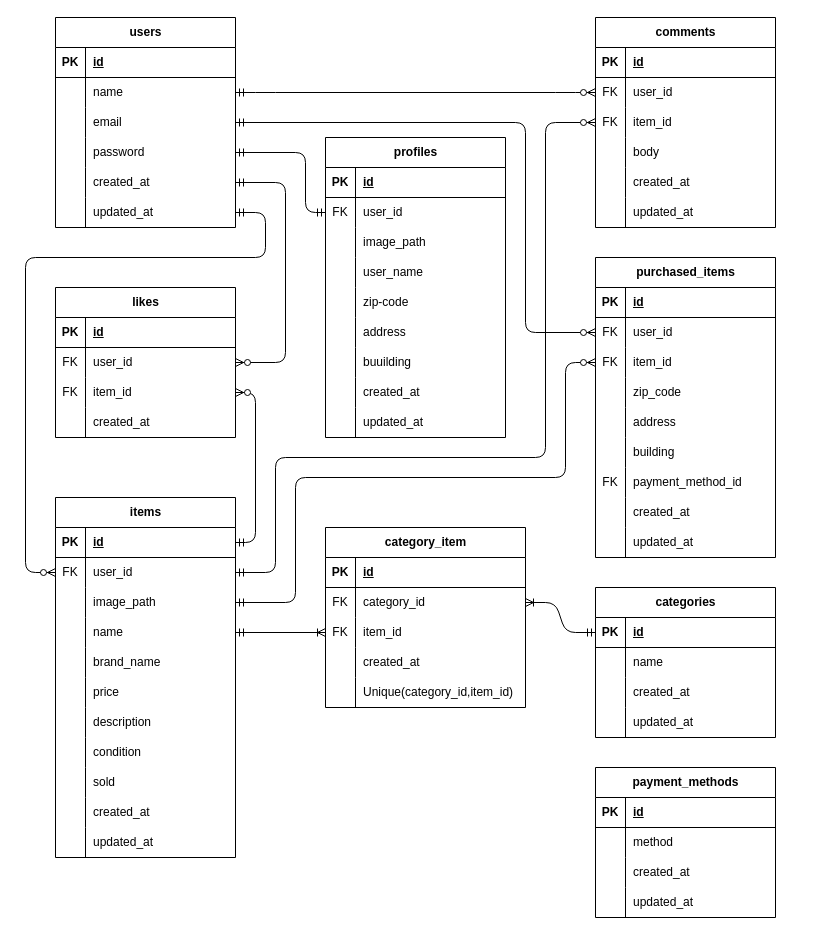
The draw.io diagram erd.dio in kooooooota/flea-market, before the edit. Source tidied: cells renumbered, new cells numbered last; positions are measured from the earlier drawing's top-left corner, leaving out a move shared by most shapes. Both pictures are drawn from the tidied source at 100%, with x=0, y=0 at pixel (25, 17).
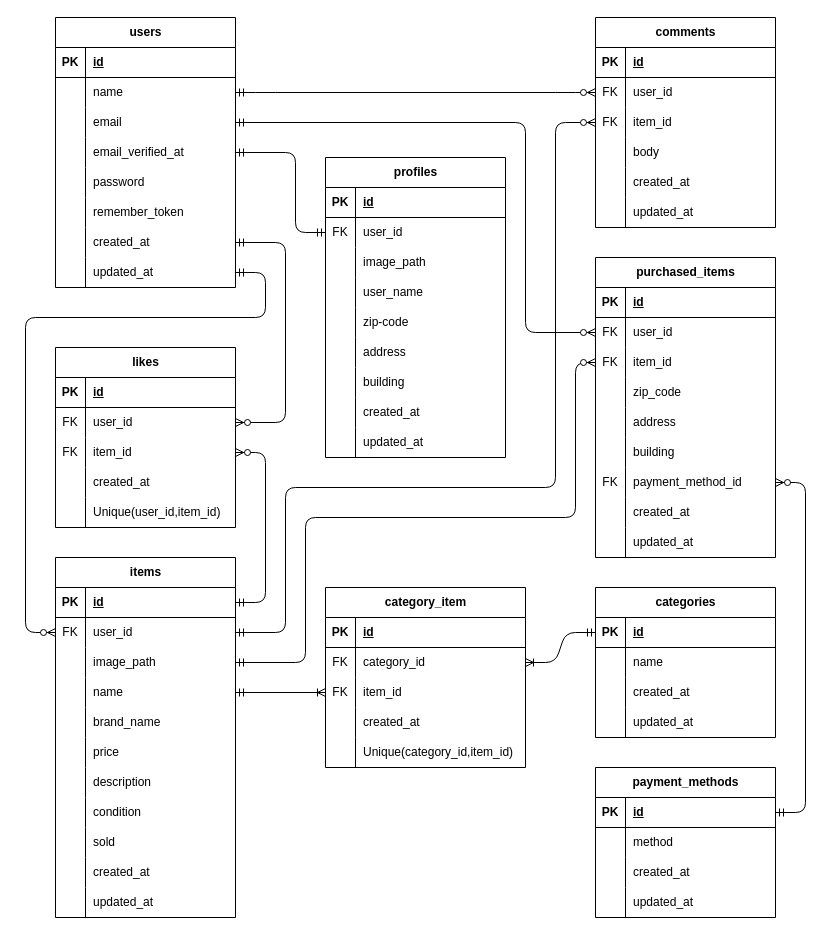
Above is the later version.

The change refers to these unchanged cells:
```xml
<mxCell id="6" style="shape=tableRow;horizontal=0;startSize=0;swimlaneHead=0;swimlaneBody=0;fillColor=none;points=[[0,0.5],[1,0.5]];portConstraint=eastwest;top=0;left=0;right=0;bottom=0;" parent="2" vertex="1">
  <mxGeometry y="60" width="180" height="30" as="geometry" />
</mxCell>
<mxCell id="21" style="shape=tableRow;horizontal=0;startSize=0;swimlaneHead=0;swimlaneBody=0;fillColor=none;top=0;left=0;right=0;bottom=0;" parent="2" vertex="1">
  <mxGeometry y="210" width="180" height="30" as="geometry" />
</mxCell>
<mxCell id="40" style="shape=tableRow;horizontal=0;startSize=0;swimlaneHead=0;swimlaneBody=0;fillColor=none;points=[[0,0.5],[1,0.5]];portConstraint=eastwest;top=0;left=0;right=0;bottom=0;" parent="30" vertex="1">
  <mxGeometry y="120" width="180" height="30" as="geometry" />
</mxCell>
<mxCell id="56" style="shape=tableRow;horizontal=0;startSize=0;swimlaneHead=0;swimlaneBody=0;fillColor=none;points=[[0,0.5],[1,0.5]];portConstraint=eastwest;top=0;left=0;right=0;bottom=0;" parent="49" vertex="1">
  <mxGeometry y="90" width="180" height="30" as="geometry" />
</mxCell>
<mxCell id="68" style="shape=tableRow;horizontal=0;startSize=0;swimlaneHead=0;swimlaneBody=0;fillColor=none;points=[[0,0.5],[1,0.5]];portConstraint=eastwest;top=0;left=0;right=0;bottom=0;" parent="49" vertex="1">
  <mxGeometry y="210" width="180" height="30" as="geometry" />
</mxCell>
<mxCell id="78" style="shape=tableRow;horizontal=0;startSize=0;swimlaneHead=0;swimlaneBody=0;fillColor=none;points=[[0,0.5],[1,0.5]];portConstraint=eastwest;top=0;left=0;right=0;bottom=1;" parent="77" vertex="1">
  <mxGeometry y="30" width="180" height="30" as="geometry" />
</mxCell>
<mxCell id="94" style="shape=tableRow;horizontal=0;startSize=0;swimlaneHead=0;swimlaneBody=0;fillColor=none;points=[[0,0.5],[1,0.5]];portConstraint=eastwest;top=0;left=0;right=0;bottom=0;" parent="90" vertex="1">
  <mxGeometry y="60" width="180" height="30" as="geometry" />
</mxCell>
<mxCell id="97" style="shape=tableRow;horizontal=0;startSize=0;swimlaneHead=0;swimlaneBody=0;fillColor=none;points=[[0,0.5],[1,0.5]];portConstraint=eastwest;top=0;left=0;right=0;bottom=0;" parent="90" vertex="1">
  <mxGeometry y="90" width="180" height="30" as="geometry" />
</mxCell>
<mxCell id="104" style="shape=tableRow;horizontal=0;startSize=0;swimlaneHead=0;swimlaneBody=0;fillColor=none;points=[[0,0.5],[1,0.5]];portConstraint=eastwest;top=0;left=0;right=0;bottom=1;" parent="103" vertex="1">
  <mxGeometry y="30" width="180" height="30" as="geometry" />
</mxCell>
<mxCell id="107" style="shape=tableRow;horizontal=0;startSize=0;swimlaneHead=0;swimlaneBody=0;fillColor=none;points=[[0,0.5],[1,0.5]];portConstraint=eastwest;top=0;left=0;right=0;bottom=0;" parent="103" vertex="1">
  <mxGeometry y="60" width="180" height="30" as="geometry" />
</mxCell>
<mxCell id="110" style="shape=tableRow;horizontal=0;startSize=0;swimlaneHead=0;swimlaneBody=0;fillColor=none;points=[[0,0.5],[1,0.5]];portConstraint=eastwest;top=0;left=0;right=0;bottom=0;" parent="103" vertex="1">
  <mxGeometry y="90" width="180" height="30" as="geometry" />
</mxCell>
<mxCell id="113" style="shape=tableRow;horizontal=0;startSize=0;swimlaneHead=0;swimlaneBody=0;fillColor=none;points=[[0,0.5],[1,0.5]];portConstraint=eastwest;top=0;left=0;right=0;bottom=0;" parent="103" vertex="1">
  <mxGeometry y="120" width="180" height="30" as="geometry" />
</mxCell>
<mxCell id="157" style="shape=tableRow;horizontal=0;startSize=0;swimlaneHead=0;swimlaneBody=0;fillColor=none;points=[[0,0.5],[1,0.5]];portConstraint=eastwest;top=0;left=0;right=0;bottom=0;" parent="150" vertex="1">
  <mxGeometry y="90" width="180" height="30" as="geometry" />
</mxCell>
<mxCell id="176" style="shape=tableRow;horizontal=0;startSize=0;swimlaneHead=0;swimlaneBody=0;fillColor=none;points=[[0,0.5],[1,0.5]];portConstraint=eastwest;top=0;left=0;right=0;bottom=0;" parent="169" vertex="1">
  <mxGeometry y="90" width="200" height="30" as="geometry" />
</mxCell>
```

Diff of the diagram source:
```diff
@@
     <mxCell id="2" value="profiles" style="shape=table;startSize=30;childLayout=tableLayout;rowLines=0;fontStyle=1;align=center;html=1;" parent="1" vertex="1">
-      <mxGeometry x="300" y="120" width="180" height="300" as="geometry" />
+      <mxGeometry x="300" y="140" width="180" height="300" as="geometry" />
     </mxCell>
@@
-    <mxCell id="23" value="buuilding" style="shape=partialRectangle;fillColor=none;top=0;left=0;bottom=0;right=0;align=left;spacingLeft=6;overflow=hidden;whiteSpace=wrap;html=1;" parent="21" vertex="1">
+    <mxCell id="23" value="building" style="shape=partialRectangle;fillColor=none;top=0;left=0;bottom=0;right=0;align=left;spacingLeft=6;overflow=hidden;whiteSpace=wrap;html=1;" parent="21" vertex="1">
       <mxGeometry x="30" width="150" height="30" as="geometry" />
     </mxCell>
@@
     <mxCell id="30" value="users" style="shape=table;startSize=30;childLayout=tableLayout;rowLines=0;fontStyle=1;align=center;html=1;labelBackgroundColor=none;" parent="1" vertex="1">
-      <mxGeometry x="30" width="180" height="210" as="geometry" />
+      <mxGeometry x="30" width="180" height="270" as="geometry" />
     </mxCell>
@@
-    <mxCell id="42" value="password" style="shape=partialRectangle;fillColor=none;top=0;left=0;bottom=0;right=0;align=left;spacingLeft=6;overflow=hidden;whiteSpace=wrap;html=1;" parent="40" vertex="1">
+    <mxCell id="42" value="email_verified_at" style="shape=partialRectangle;fillColor=none;top=0;left=0;bottom=0;right=0;align=left;spacingLeft=6;overflow=hidden;whiteSpace=wrap;html=1;" parent="40" vertex="1">
       <mxGeometry x="30" width="150" height="30" as="geometry" />
     </mxCell>
+    <mxCell id="195" style="shape=tableRow;horizontal=0;startSize=0;swimlaneHead=0;swimlaneBody=0;fillColor=none;top=0;left=0;right=0;bottom=0;" parent="30" vertex="1">
+      <mxGeometry y="150" width="180" height="30" as="geometry" />
+    </mxCell>
+    <mxCell id="196" style="shape=partialRectangle;fillColor=none;top=0;left=0;bottom=0;right=0;overflow=hidden;whiteSpace=wrap;html=1;" parent="195" vertex="1">
+      <mxGeometry width="30" height="30" as="geometry" />
+    </mxCell>
+    <mxCell id="197" value="password" style="shape=partialRectangle;fillColor=none;top=0;left=0;bottom=0;right=0;align=left;spacingLeft=6;overflow=hidden;whiteSpace=wrap;html=1;" parent="195" vertex="1">
+      <mxGeometry x="30" width="150" height="30" as="geometry" />
+    </mxCell>
+    <mxCell id="198" style="shape=tableRow;horizontal=0;startSize=0;swimlaneHead=0;swimlaneBody=0;fillColor=none;top=0;left=0;right=0;bottom=0;" parent="30" vertex="1">
+      <mxGeometry y="180" width="180" height="30" as="geometry" />
+    </mxCell>
+    <mxCell id="199" style="shape=partialRectangle;fillColor=none;top=0;left=0;bottom=0;right=0;overflow=hidden;whiteSpace=wrap;html=1;" parent="198" vertex="1">
+      <mxGeometry width="30" height="30" as="geometry" />
+    </mxCell>
+    <mxCell id="200" value="remember_token" style="shape=partialRectangle;fillColor=none;top=0;left=0;bottom=0;right=0;align=left;spacingLeft=6;overflow=hidden;whiteSpace=wrap;html=1;" parent="198" vertex="1">
+      <mxGeometry x="30" width="150" height="30" as="geometry" />
+    </mxCell>
     <mxCell id="43" style="shape=tableRow;horizontal=0;startSize=0;swimlaneHead=0;swimlaneBody=0;fillColor=none;points=[[0,0.5],[1,0.5]];portConstraint=eastwest;top=0;left=0;right=0;bottom=0;" parent="30" vertex="1">
-      <mxGeometry y="150" width="180" height="30" as="geometry" />
+      <mxGeometry y="210" width="180" height="30" as="geometry" />
     </mxCell>
@@
     <mxCell id="46" style="shape=tableRow;horizontal=0;startSize=0;swimlaneHead=0;swimlaneBody=0;fillColor=none;points=[[0,0.5],[1,0.5]];portConstraint=eastwest;top=0;left=0;right=0;bottom=0;" parent="30" vertex="1">
-      <mxGeometry y="180" width="180" height="30" as="geometry" />
+      <mxGeometry y="240" width="180" height="30" as="geometry" />
     </mxCell>
@@
     <mxCell id="90" value="likes" style="shape=table;startSize=30;childLayout=tableLayout;rowLines=0;fontStyle=1;align=center;html=1;" parent="1" vertex="1">
-      <mxGeometry x="30" y="270" width="180" height="150" as="geometry" />
+      <mxGeometry x="30" y="330" width="180" height="180" as="geometry" />
     </mxCell>
@@
+    <mxCell id="201" style="shape=tableRow;horizontal=0;startSize=0;swimlaneHead=0;swimlaneBody=0;fillColor=none;top=0;left=0;right=0;bottom=0;" parent="90" vertex="1">
+      <mxGeometry y="150" width="180" height="30" as="geometry" />
+    </mxCell>
+    <mxCell id="202" style="shape=partialRectangle;fillColor=none;top=0;left=0;bottom=0;right=0;overflow=hidden;whiteSpace=wrap;html=1;" parent="201" vertex="1">
+      <mxGeometry width="30" height="30" as="geometry" />
+    </mxCell>
+    <mxCell id="203" value="Unique(user_id,item_id)" style="shape=partialRectangle;fillColor=none;top=0;left=0;bottom=0;right=0;align=left;spacingLeft=6;overflow=hidden;whiteSpace=wrap;html=1;" parent="201" vertex="1">
+      <mxGeometry x="30" width="150" height="30" as="geometry" />
+    </mxCell>
     <mxCell id="103" value="items" style="shape=table;startSize=30;childLayout=tableLayout;rowLines=0;fontStyle=1;align=center;html=1;" parent="1" vertex="1">
-      <mxGeometry x="30" y="480" width="180" height="360" as="geometry" />
+      <mxGeometry x="30" y="540" width="180" height="360" as="geometry" />
     </mxCell>
@@
     <mxCell id="169" value="category_item" style="shape=table;startSize=30;childLayout=tableLayout;rowLines=0;fontStyle=1;align=center;html=1;" parent="1" vertex="1">
-      <mxGeometry x="300" y="510" width="200" height="180" as="geometry" />
+      <mxGeometry x="300" y="570" width="200" height="180" as="geometry" />
     </mxCell>
@@
     <mxCell id="185" style="edgeStyle=orthogonalEdgeStyle;fontSize=12;html=1;endArrow=ERzeroToMany;startArrow=ERmandOne;exitX=1;exitY=0.5;exitDx=0;exitDy=0;entryX=1;entryY=0.5;entryDx=0;entryDy=0;" parent="1" edge="1" source="43" target="94">
       <mxGeometry relative="1" as="geometry">
         <Array as="points">
-          <mxPoint x="260" y="165" />
-          <mxPoint x="260" y="345" />
+          <mxPoint x="260" y="225" />
+          <mxPoint x="260" y="405" />
         </Array>
       </mxGeometry>
     </mxCell>
     <mxCell id="186" style="edgeStyle=orthogonalEdgeStyle;fontSize=12;html=1;endArrow=ERmandOne;startArrow=ERmandOne;entryX=0;entryY=0.5;entryDx=0;entryDy=0;exitX=1;exitY=0.5;exitDx=0;exitDy=0;" parent="1" edge="1" source="40" target="6">
       <mxGeometry relative="1" as="geometry">
         <Array as="points">
-          <mxPoint x="280" y="135" />
-          <mxPoint x="280" y="195" />
+          <mxPoint x="270" y="135" />
+          <mxPoint x="270" y="215" />
         </Array>
       </mxGeometry>
     </mxCell>
     <mxCell id="187" style="edgeStyle=orthogonalEdgeStyle;fontSize=12;html=1;endArrow=ERzeroToMany;startArrow=ERmandOne;exitX=1;exitY=0.5;exitDx=0;exitDy=0;entryX=1;entryY=0.5;entryDx=0;entryDy=0;" parent="1" edge="1" source="104" target="97">
       <mxGeometry relative="1" as="geometry">
         <Array as="points">
-          <mxPoint x="230" y="525" />
-          <mxPoint x="230" y="375" />
+          <mxPoint x="240" y="585" />
+          <mxPoint x="240" y="435" />
         </Array>
       </mxGeometry>
     </mxCell>
-    <mxCell id="188" style="edgeStyle=orthogonalEdgeStyle;fontSize=12;html=1;endArrow=ERoneToMany;startArrow=ERmandOne;exitX=1;exitY=0.5;exitDx=0;exitDy=0;entryX=0;entryY=0.5;entryDx=0;entryDy=0;" parent="1" edge="1" source="113" target="176">
+    <mxCell id="188" style="fontSize=12;html=1;endArrow=ERoneToMany;startArrow=ERmandOne;exitX=1;exitY=0.5;exitDx=0;exitDy=0;entryX=0;entryY=0.5;entryDx=0;entryDy=0;" parent="1" edge="1" source="113" target="176">
       <mxGeometry relative="1" as="geometry" />
     </mxCell>
@@
     <mxCell id="192" style="edgeStyle=orthogonalEdgeStyle;fontSize=12;html=1;endArrow=ERzeroToMany;startArrow=ERmandOne;exitX=1;exitY=0.5;exitDx=0;exitDy=0;entryX=0;entryY=0.5;entryDx=0;entryDy=0;" parent="1" edge="1" source="46" target="107">
       <mxGeometry relative="1" as="geometry">
         <Array as="points">
-          <mxPoint x="240" y="195" />
-          <mxPoint x="240" y="240" />
-          <mxPoint y="240" />
-          <mxPoint y="555" />
+          <mxPoint x="240" y="255" />
+          <mxPoint x="240" y="300" />
+          <mxPoint y="300" />
+          <mxPoint y="615" />
         </Array>
       </mxGeometry>
     </mxCell>
     <mxCell id="193" style="edgeStyle=orthogonalEdgeStyle;fontSize=12;html=1;endArrow=ERzeroToMany;startArrow=ERmandOne;exitX=1;exitY=0.5;exitDx=0;exitDy=0;entryX=0;entryY=0.5;entryDx=0;entryDy=0;" parent="1" edge="1" source="107" target="157">
       <mxGeometry relative="1" as="geometry">
         <Array as="points">
-          <mxPoint x="250" y="555" />
-          <mxPoint x="250" y="440" />
-          <mxPoint x="520" y="440" />
-          <mxPoint x="520" y="105" />
+          <mxPoint x="260" y="615" />
+          <mxPoint x="260" y="470" />
+          <mxPoint x="530" y="470" />
+          <mxPoint x="530" y="105" />
         </Array>
       </mxGeometry>
     </mxCell>
     <mxCell id="194" style="edgeStyle=orthogonalEdgeStyle;fontSize=12;html=1;endArrow=ERzeroToMany;startArrow=ERmandOne;exitX=1;exitY=0.5;exitDx=0;exitDy=0;entryX=0;entryY=0.5;entryDx=0;entryDy=0;" parent="1" edge="1" source="110" target="56">
       <mxGeometry relative="1" as="geometry">
         <Array as="points">
-          <mxPoint x="270" y="585" />
-          <mxPoint x="270" y="460" />
-          <mxPoint x="540" y="460" />
-          <mxPoint x="540" y="345" />
+          <mxPoint x="280" y="645" />
+          <mxPoint x="280" y="500" />
+          <mxPoint x="550" y="500" />
+          <mxPoint x="550" y="345" />
         </Array>
       </mxGeometry>
     </mxCell>
+    <mxCell id="204" style="edgeStyle=orthogonalEdgeStyle;fontSize=12;html=1;endArrow=ERzeroToMany;startArrow=ERmandOne;exitX=1;exitY=0.5;exitDx=0;exitDy=0;entryX=1;entryY=0.5;entryDx=0;entryDy=0;" parent="1" edge="1" source="78" target="68">
+      <mxGeometry relative="1" as="geometry">
+        <Array as="points">
+          <mxPoint x="780" y="795" />
+          <mxPoint x="780" y="465" />
+        </Array>
+      </mxGeometry>
+    </mxCell>
```
